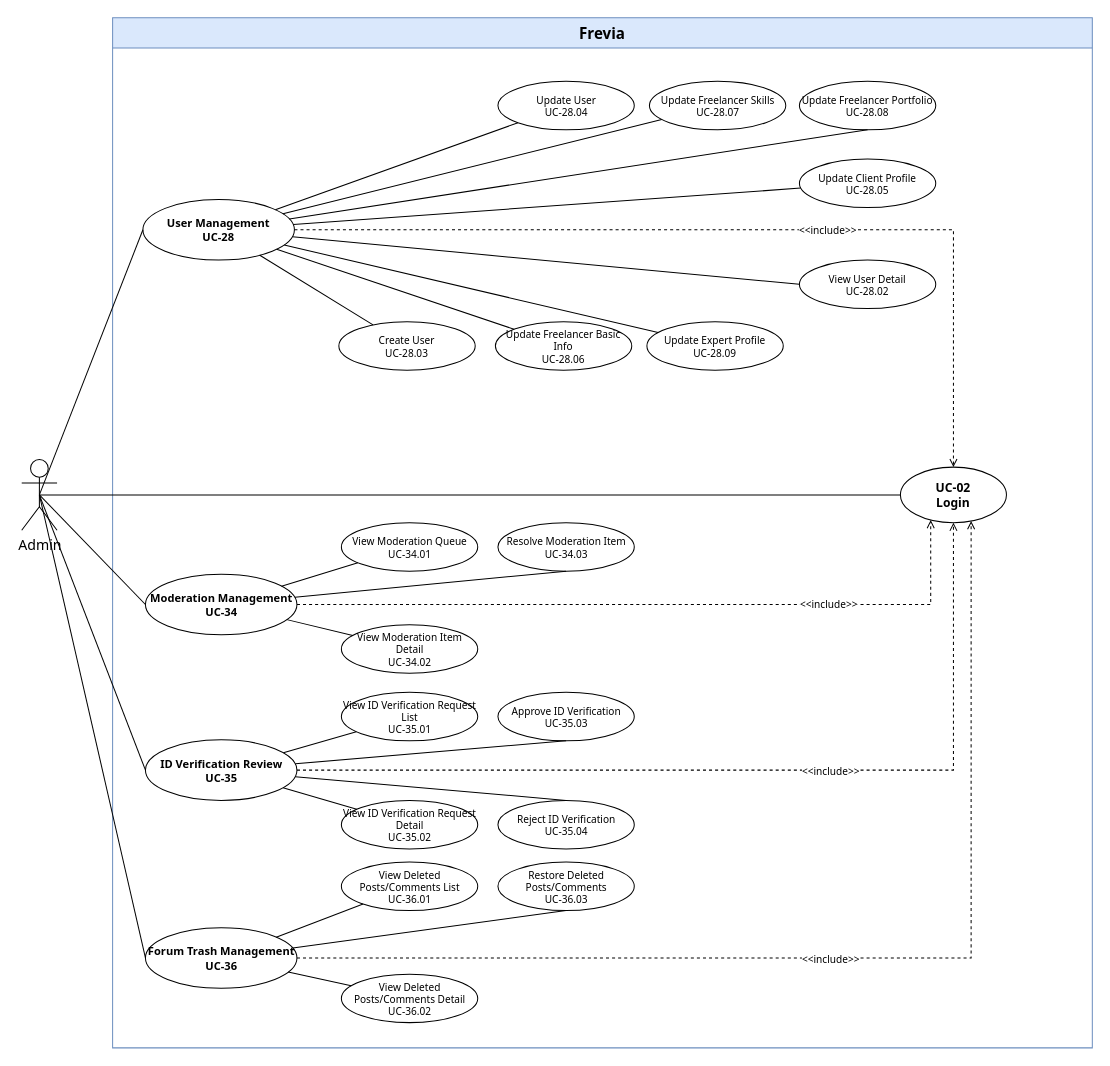
Thunggg/Frevia keeps this draw.io diagram as page "Admin 3/4" (3 of 4) of uc-diagrams/Admin.drawio. Above is the earlier version. Source tidied: cells renumbered, new cells numbered last; positions are measured from the earlier drawing's top-left corner, leaving out a move shared by most shapes. Both pictures are drawn from the tidied source at 101%, with x=0, y=0 at pixel (21, 17).
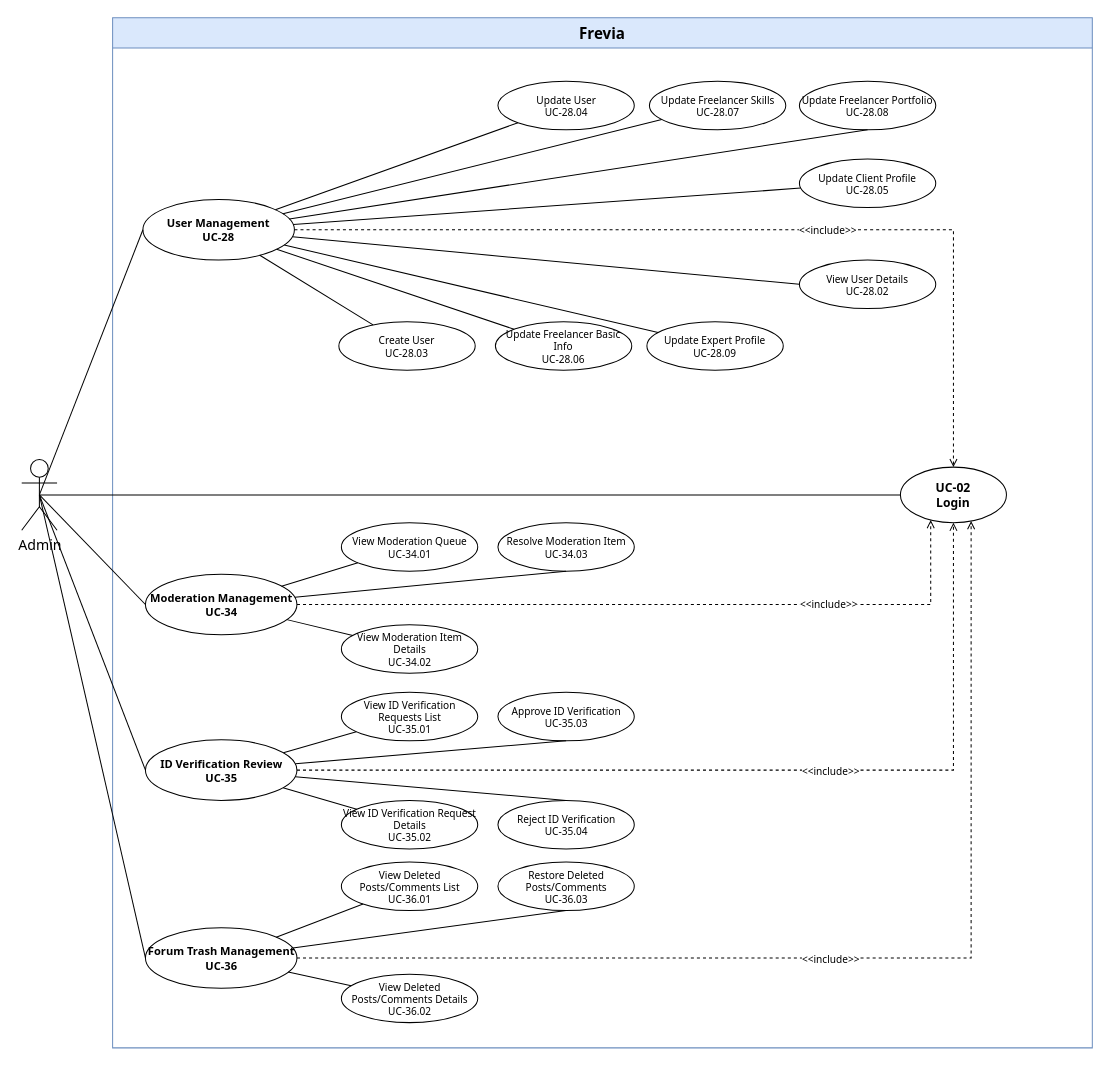
The same page after the edit.

Unchanged cells that the change refers to:
```xml
<mxCell id="2" value="Frevia" style="swimlane;whiteSpace=wrap;html=1;startSize=30;fontSize=15;fontFamily=Tahoma;fontStyle=1;fillColor=#dae8fc;strokeColor=#6c8ebf;" parent="1" vertex="1">
  <mxGeometry x="90" width="970" height="1020" as="geometry" />
</mxCell>
```

What changed in the source:
```diff
@@
-    <mxCell id="5" value="View User Detail&#10;UC-28.02" style="ellipse;whiteSpace=wrap;html=1;fontSize=10;fontFamily=Tahoma;fillColor=#ffffff;strokeColor=#000000;" parent="2" vertex="1">
+    <mxCell id="5" value="View User Details&#10;UC-28.02" style="ellipse;whiteSpace=wrap;html=1;fontSize=10;fontFamily=Tahoma;fillColor=#ffffff;strokeColor=#000000;" parent="2" vertex="1">
       <mxGeometry x="680" y="240" width="135" height="48" as="geometry" />
     </mxCell>
@@
-    <mxCell id="15" value="View Moderation Item Detail&#10;UC-34.02" style="ellipse;whiteSpace=wrap;html=1;fontSize=10;fontFamily=Tahoma;fillColor=#ffffff;strokeColor=#000000;" parent="2" vertex="1">
+    <mxCell id="15" value="View Moderation Item Details&#10;UC-34.02" style="ellipse;whiteSpace=wrap;html=1;fontSize=10;fontFamily=Tahoma;fillColor=#ffffff;strokeColor=#000000;" parent="2" vertex="1">
       <mxGeometry x="226.5" y="601" width="135" height="48" as="geometry" />
     </mxCell>
@@
-    <mxCell id="18" value="View ID Verification Request List&#10;UC-35.01" style="ellipse;whiteSpace=wrap;html=1;fontSize=10;fontFamily=Tahoma;fillColor=#ffffff;strokeColor=#000000;" parent="2" vertex="1">
+    <mxCell id="18" value="View ID Verification Requests List&#10;UC-35.01" style="ellipse;whiteSpace=wrap;html=1;fontSize=10;fontFamily=Tahoma;fillColor=#ffffff;strokeColor=#000000;" parent="2" vertex="1">
       <mxGeometry x="226.5" y="668" width="135" height="48" as="geometry" />
     </mxCell>
-    <mxCell id="19" value="View ID Verification Request Detail&#10;UC-35.02" style="ellipse;whiteSpace=wrap;html=1;fontSize=10;fontFamily=Tahoma;fillColor=#ffffff;strokeColor=#000000;" parent="2" vertex="1">
+    <mxCell id="19" value="View ID Verification Request Details&#10;UC-35.02" style="ellipse;whiteSpace=wrap;html=1;fontSize=10;fontFamily=Tahoma;fillColor=#ffffff;strokeColor=#000000;" parent="2" vertex="1">
       <mxGeometry x="226.5" y="775" width="135" height="48" as="geometry" />
     </mxCell>
@@
-    <mxCell id="24" value="View Deleted Posts/Comments Detail&#10;UC-36.02" style="ellipse;whiteSpace=wrap;html=1;fontSize=10;fontFamily=Tahoma;fillColor=#ffffff;strokeColor=#000000;" parent="2" vertex="1">
+    <mxCell id="24" value="View Deleted Posts/Comments Details&#10;UC-36.02" style="ellipse;whiteSpace=wrap;html=1;fontSize=10;fontFamily=Tahoma;fillColor=#ffffff;strokeColor=#000000;" parent="2" vertex="1">
       <mxGeometry x="226.5" y="947" width="135" height="48" as="geometry" />
     </mxCell>
```
